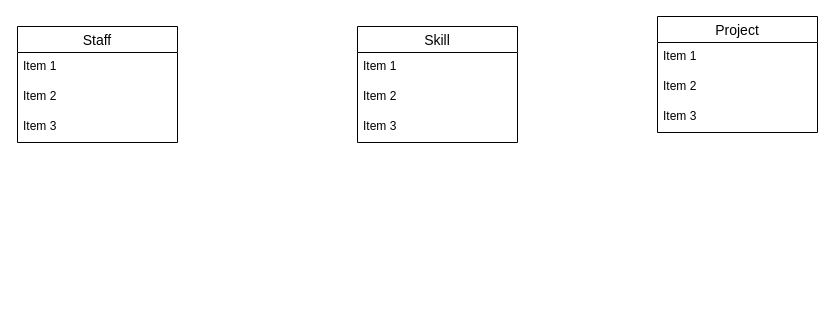
ChitharaKarunasekera/DatabaseSystemsTutorials keeps this draw.io diagram as page "Page-2" (2 of 2) of Tutorial 2/Tutorial2_Exercise1.drawio. Above is the earlier version. Source tidied: cells renumbered, new cells numbered last; positions are measured from the earlier drawing's top-left corner, leaving out a move shared by most shapes. Both pictures are drawn from the tidied source at 100%, with x=0, y=0 at pixel (17, 16).
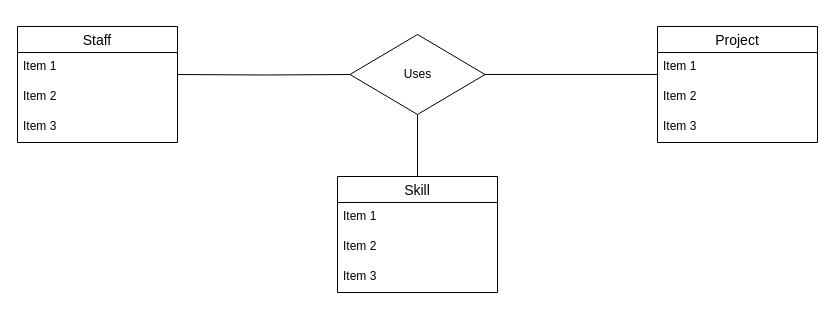
Above is the later version.

Change to the diagram source:
```diff
@@
 <mxGraphModel>
   <root>
     <mxCell id="0" />
     <mxCell id="1" parent="0" />
     <mxCell id="2" value="Staff" style="swimlane;fontStyle=0;horizontal=1;startSize=26;align=center;fontSize=14;" parent="1" vertex="1">
       <mxGeometry y="10" width="160" height="116" as="geometry" />
     </mxCell>
     <mxCell id="3" value="Item 1" style="text;strokeColor=none;fillColor=none;spacingLeft=4;spacingRight=4;overflow=hidden;fontSize=12;" parent="2" vertex="1">
       <mxGeometry y="26" width="160" height="30" as="geometry" />
     </mxCell>
     <mxCell id="4" value="Item 2" style="text;strokeColor=none;fillColor=none;spacingLeft=4;spacingRight=4;overflow=hidden;fontSize=12;" parent="2" vertex="1">
       <mxGeometry y="56" width="160" height="30" as="geometry" />
     </mxCell>
     <mxCell id="5" value="Item 3" style="text;strokeColor=none;fillColor=none;spacingLeft=4;spacingRight=4;overflow=hidden;fontSize=12;" parent="2" vertex="1">
       <mxGeometry y="86" width="160" height="30" as="geometry" />
     </mxCell>
     <mxCell id="6" value="Skill" style="swimlane;fontStyle=0;horizontal=1;startSize=26;align=center;fontSize=14;" parent="1" vertex="1">
-      <mxGeometry x="340" y="10" width="160" height="116" as="geometry" />
+      <mxGeometry x="320" y="160" width="160" height="116" as="geometry" />
     </mxCell>
     <mxCell id="7" value="Item 1" style="text;strokeColor=none;fillColor=none;spacingLeft=4;spacingRight=4;overflow=hidden;fontSize=12;" parent="6" vertex="1">
       <mxGeometry y="26" width="160" height="30" as="geometry" />
     </mxCell>
     <mxCell id="8" value="Item 2" style="text;strokeColor=none;fillColor=none;spacingLeft=4;spacingRight=4;overflow=hidden;fontSize=12;" parent="6" vertex="1">
       <mxGeometry y="56" width="160" height="30" as="geometry" />
     </mxCell>
     <mxCell id="9" value="Item 3" style="text;strokeColor=none;fillColor=none;spacingLeft=4;spacingRight=4;overflow=hidden;fontSize=12;" parent="6" vertex="1">
       <mxGeometry y="86" width="160" height="30" as="geometry" />
     </mxCell>
     <mxCell id="10" value="Project" style="swimlane;fontStyle=0;horizontal=1;startSize=26;align=center;fontSize=14;" parent="1" vertex="1">
-      <mxGeometry x="640" width="160" height="116" as="geometry" />
+      <mxGeometry x="640" y="10" width="160" height="116" as="geometry" />
     </mxCell>
     <mxCell id="11" value="Item 1" style="text;strokeColor=none;fillColor=none;spacingLeft=4;spacingRight=4;overflow=hidden;points=[[0,0.5],[1,0.5]];portConstraint=eastwest;fontSize=12;" parent="10" vertex="1">
       <mxGeometry y="26" width="160" height="30" as="geometry" />
     </mxCell>
     <mxCell id="12" value="Item 2" style="text;strokeColor=none;fillColor=none;spacingLeft=4;spacingRight=4;overflow=hidden;fontSize=12;" parent="10" vertex="1">
       <mxGeometry y="56" width="160" height="30" as="geometry" />
     </mxCell>
     <mxCell id="13" value="Item 3" style="text;strokeColor=none;fillColor=none;spacingLeft=4;spacingRight=4;overflow=hidden;fontSize=12;" parent="10" vertex="1">
       <mxGeometry y="86" width="160" height="30" as="geometry" />
     </mxCell>
+    <mxCell id="14" style="edgeStyle=orthogonalEdgeStyle;rounded=0;jettySize=auto;html=1;entryX=0;entryY=0.733;entryDx=0;entryDy=0;entryPerimeter=0;endArrow=none;endFill=0;" parent="1" edge="1" source="16" target="11">
+      <mxGeometry relative="1" as="geometry" />
+    </mxCell>
+    <mxCell id="15" style="edgeStyle=orthogonalEdgeStyle;rounded=0;jettySize=auto;html=1;entryX=0.5;entryY=0;entryDx=0;entryDy=0;endArrow=none;endFill=0;" parent="1" edge="1" source="16" target="6">
+      <mxGeometry relative="1" as="geometry" />
+    </mxCell>
+    <mxCell id="16" value="Uses" style="rhombus;whiteSpace=wrap;html=1;" parent="1" vertex="1">
+      <mxGeometry x="332.5" y="18" width="135" height="80" as="geometry" />
+    </mxCell>
+    <mxCell id="17" style="edgeStyle=orthogonalEdgeStyle;rounded=0;jettySize=auto;html=1;entryX=0;entryY=0.5;entryDx=0;entryDy=0;endArrow=none;endFill=0;" parent="1" edge="1" target="16">
+      <mxGeometry relative="1" as="geometry">
+        <mxPoint x="160" y="58" as="sourcePoint" />
+      </mxGeometry>
+    </mxCell>
   </root>
 </mxGraphModel>
```
